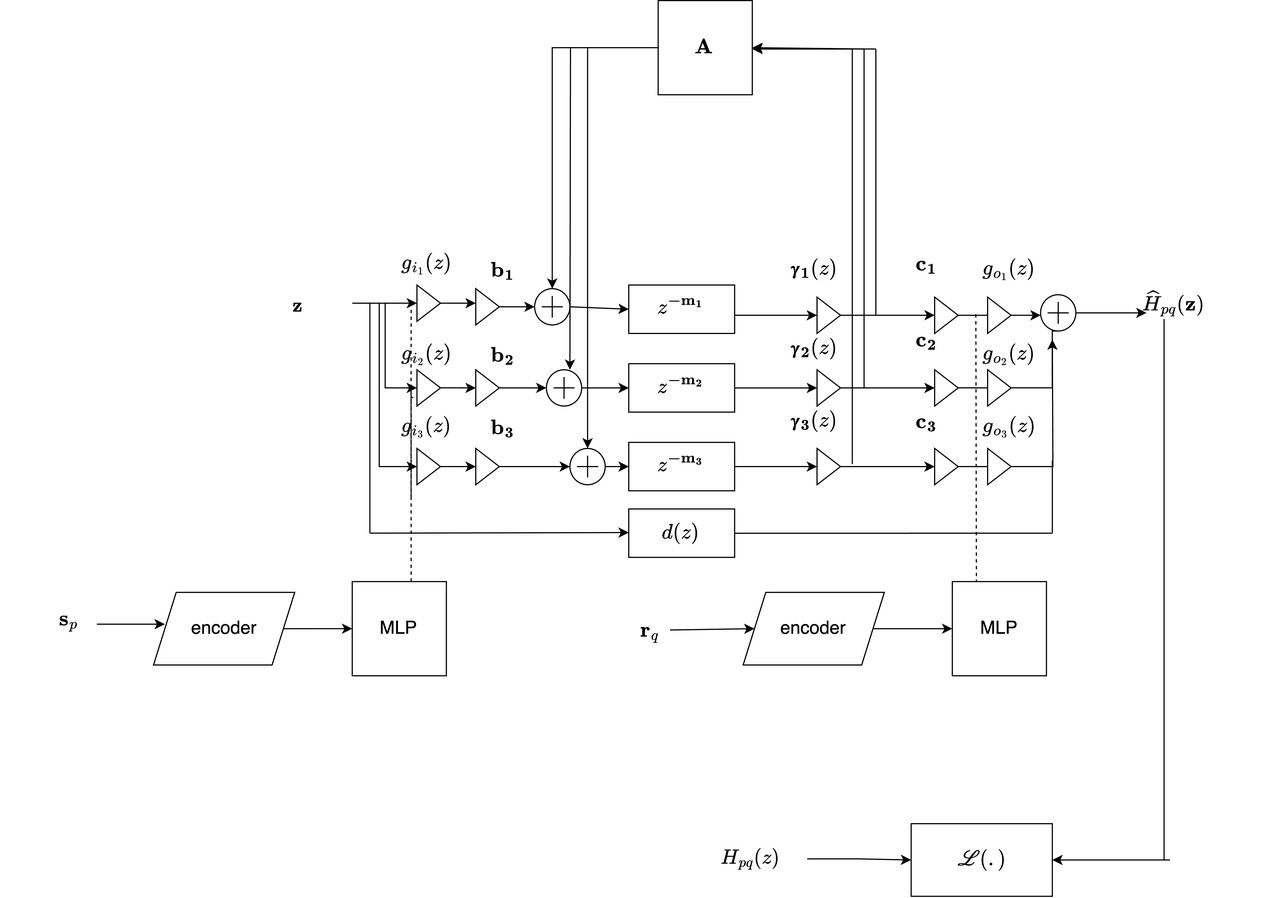
Earlier version of the draw.io export notes/diffGFDN_colorless_FDN.png (orchidas/DiffGFDN). Source tidied: cells renumbered, new cells last; positions are measured from the earlier drawing's top-left corner, leaving out a move shared by most shapes.
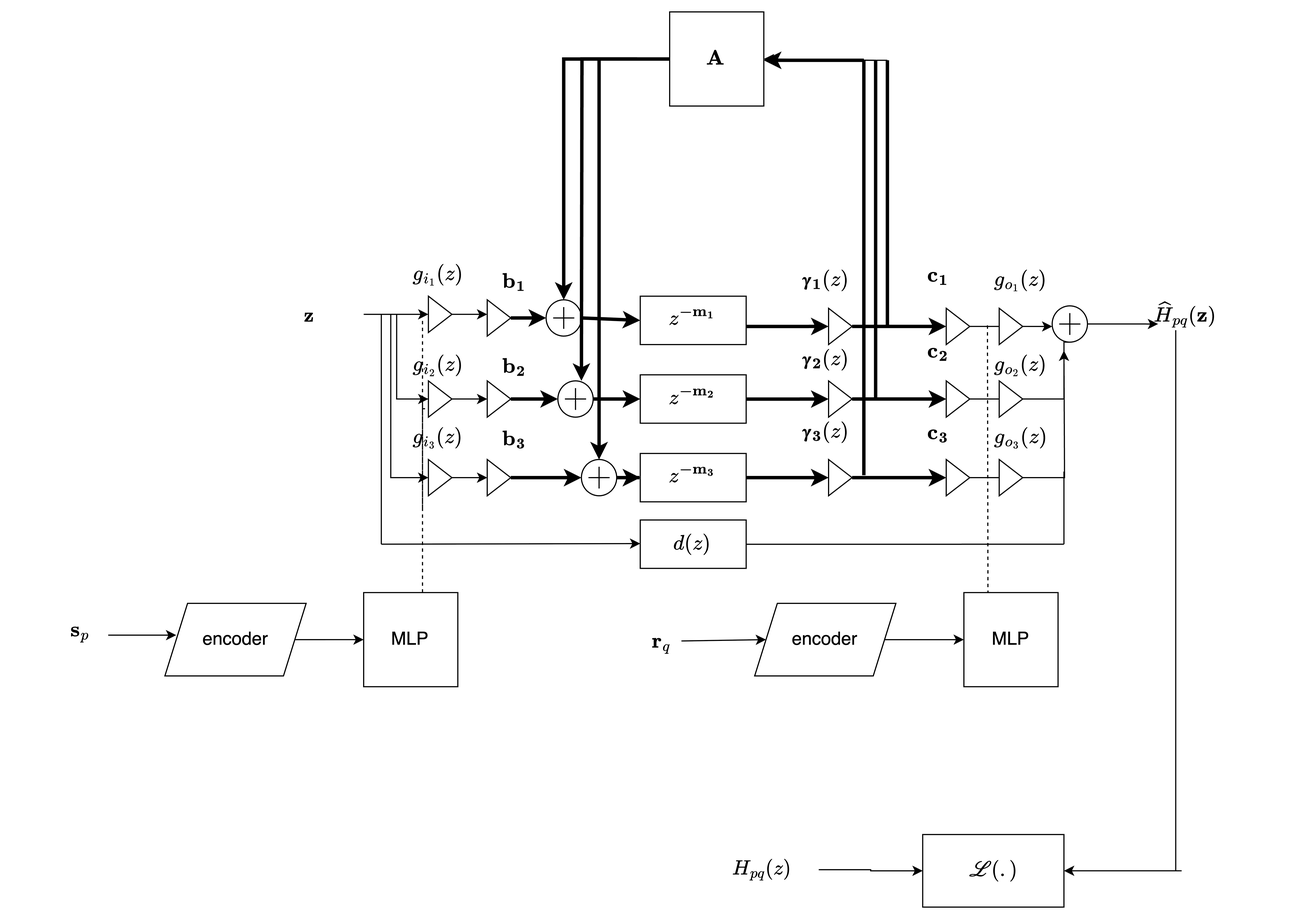
Later version of the same file.

What changed in the source:
```diff
@@ -28,13 +28,13 @@
     <mxCell id="6" style="triangle;whiteSpace=wrap;html=1;" parent="2" vertex="1">
       <mxGeometry x="389.4" y="254.1" width="20.8" height="32" as="geometry" />
     </mxCell>
-    <mxCell id="7" style="edgeStyle=orthogonalEdgeStyle;rounded=0;jettySize=auto;html=1;entryX=0;entryY=0.5;entryDx=0;entryDy=0;" parent="2" edge="1" source="57" target="19">
+    <mxCell id="7" style="edgeStyle=orthogonalEdgeStyle;rounded=0;jettySize=auto;html=1;entryX=0;entryY=0.5;entryDx=0;entryDy=0;strokeWidth=3;" parent="2" edge="1" source="57" target="19">
       <mxGeometry relative="1" as="geometry" />
     </mxCell>
     <mxCell id="8" style="triangle;whiteSpace=wrap;html=1;" parent="2" vertex="1">
       <mxGeometry x="389.4" y="325.6" width="20.8" height="32" as="geometry" />
     </mxCell>
-    <mxCell id="9" style="edgeStyle=orthogonalEdgeStyle;rounded=0;jettySize=auto;html=1;entryX=0;entryY=0.5;entryDx=0;entryDy=0;" parent="2" edge="1" source="59" target="21">
+    <mxCell id="9" style="edgeStyle=orthogonalEdgeStyle;rounded=0;jettySize=auto;html=1;entryX=0;entryY=0.5;entryDx=0;entryDy=0;strokeWidth=3;" parent="2" edge="1" source="59" target="21">
       <mxGeometry relative="1" as="geometry" />
     </mxCell>
     <mxCell id="10" style="triangle;whiteSpace=wrap;html=1;" parent="2" vertex="1">
@@ -55,7 +55,7 @@
     <mxCell id="15" value="&lt;font style=&quot;font-size: 16px;&quot;&gt;encoder&lt;/font&gt;" style="shape=parallelogram;perimeter=parallelogramPerimeter;whiteSpace=wrap;html=1;fixedSize=1;" parent="2" vertex="1">
       <mxGeometry x="105" y="521.9" width="124.6" height="64.1" as="geometry" />
     </mxCell>
-    <mxCell id="16" style="edgeStyle=orthogonalEdgeStyle;rounded=0;jettySize=auto;html=1;entryX=0;entryY=0.5;entryDx=0;entryDy=0;" parent="2" edge="1" source="17" target="24">
+    <mxCell id="16" style="edgeStyle=orthogonalEdgeStyle;rounded=0;jettySize=auto;html=1;entryX=0;entryY=0.5;entryDx=0;entryDy=0;strokeWidth=3;" parent="2" edge="1" source="17" target="24">
       <mxGeometry relative="1" as="geometry">
         <Array as="points">
           <mxPoint x="633.5" y="277.6" />
@@ -66,22 +66,22 @@
     <mxCell id="17" value="&lt;font style=&quot;font-size: 16px;&quot;&gt;`z^{\mathbf{-m_1}}`&lt;/font&gt;" style="rounded=0;whiteSpace=wrap;html=1;" parent="2" vertex="1">
       <mxGeometry x="524.4" y="250.9" width="93.5" height="42.7" as="geometry" />
     </mxCell>
-    <mxCell id="18" style="edgeStyle=orthogonalEdgeStyle;rounded=0;jettySize=auto;html=1;entryX=0;entryY=0.5;entryDx=0;entryDy=0;" parent="2" edge="1" source="19" target="26">
+    <mxCell id="18" style="edgeStyle=orthogonalEdgeStyle;rounded=0;jettySize=auto;html=1;entryX=0;entryY=0.5;entryDx=0;entryDy=0;strokeWidth=3;" parent="2" edge="1" source="19" target="26">
       <mxGeometry relative="1" as="geometry" />
     </mxCell>
     <mxCell id="19" value="&lt;font style=&quot;font-size: 16px;&quot;&gt;`z^{\mathbf{-m_2}}`&lt;/font&gt;" style="rounded=0;whiteSpace=wrap;html=1;" parent="2" vertex="1">
       <mxGeometry x="524.4" y="320.3" width="93.5" height="42.7" as="geometry" />
     </mxCell>
-    <mxCell id="20" style="edgeStyle=orthogonalEdgeStyle;rounded=0;jettySize=auto;html=1;entryX=0;entryY=0.5;entryDx=0;entryDy=0;" parent="2" edge="1" source="21" target="28">
+    <mxCell id="20" style="edgeStyle=orthogonalEdgeStyle;rounded=0;jettySize=auto;html=1;entryX=0;entryY=0.5;entryDx=0;entryDy=0;strokeWidth=3;" parent="2" edge="1" source="21" target="28">
       <mxGeometry relative="1" as="geometry" />
     </mxCell>
     <mxCell id="21" value="&lt;font style=&quot;font-size: 16px;&quot;&gt;`z^{\mathbf{-m_3}}`&lt;/font&gt;" style="rounded=0;whiteSpace=wrap;html=1;" parent="2" vertex="1">
       <mxGeometry x="524.4" y="389.7" width="93.5" height="42.7" as="geometry" />
     </mxCell>
-    <mxCell id="22" style="endArrow=classic;html=1;rounded=0;exitX=1;exitY=0.5;exitDx=0;exitDy=0;entryX=0;entryY=0.5;entryDx=0;entryDy=0;" parent="2" edge="1" source="55" target="17">
+    <mxCell id="22" style="endArrow=classic;html=1;rounded=0;exitX=1;exitY=0.5;exitDx=0;exitDy=0;entryX=0;entryY=0.5;entryDx=0;entryDy=0;strokeWidth=3;" parent="2" edge="1" source="55" target="17">
       <mxGeometry relative="1" as="geometry" />
     </mxCell>
-    <mxCell id="23" style="edgeStyle=orthogonalEdgeStyle;rounded=0;jettySize=auto;html=1;entryX=0;entryY=0.5;entryDx=0;entryDy=0;" parent="2" edge="1" source="24" target="37">
+    <mxCell id="23" style="edgeStyle=orthogonalEdgeStyle;rounded=0;jettySize=auto;html=1;entryX=0;entryY=0.5;entryDx=0;entryDy=0;strokeWidth=3;" parent="2" edge="1" source="24" target="37">
       <mxGeometry relative="1" as="geometry">
         <Array as="points">
           <mxPoint x="794.4" y="277.6" />
@@ -91,13 +91,13 @@
     <mxCell id="24" style="triangle;whiteSpace=wrap;html=1;" parent="2" vertex="1">
       <mxGeometry x="690.6" y="261.6" width="20.8" height="32" as="geometry" />
     </mxCell>
-    <mxCell id="25" style="edgeStyle=orthogonalEdgeStyle;rounded=0;jettySize=auto;html=1;entryX=0;entryY=0.5;entryDx=0;entryDy=0;" parent="2" edge="1" source="26" target="38">
+    <mxCell id="25" style="edgeStyle=orthogonalEdgeStyle;rounded=0;jettySize=auto;html=1;entryX=0;entryY=0.5;entryDx=0;entryDy=0;strokeWidth=3;" parent="2" edge="1" source="26" target="38">
       <mxGeometry relative="1" as="geometry" />
     </mxCell>
     <mxCell id="26" style="triangle;whiteSpace=wrap;html=1;" parent="2" vertex="1">
       <mxGeometry x="690.6" y="325.6" width="20.8" height="32" as="geometry" />
     </mxCell>
-    <mxCell id="27" style="edgeStyle=orthogonalEdgeStyle;rounded=0;jettySize=auto;html=1;entryX=0;entryY=0.5;entryDx=0;entryDy=0;" parent="2" edge="1" source="28" target="39">
+    <mxCell id="27" style="edgeStyle=orthogonalEdgeStyle;rounded=0;jettySize=auto;html=1;entryX=0;entryY=0.5;entryDx=0;entryDy=0;strokeWidth=3;" parent="2" edge="1" source="28" target="39">
       <mxGeometry relative="1" as="geometry" />
     </mxCell>
     <mxCell id="28" style="triangle;whiteSpace=wrap;html=1;" parent="2" vertex="1">
@@ -121,8 +121,8 @@
     <mxCell id="34" style="edgeStyle=orthogonalEdgeStyle;rounded=0;jettySize=auto;html=1;entryX=0;entryY=0.5;entryDx=0;entryDy=0;" parent="2" edge="1" source="87" target="10">
       <mxGeometry relative="1" as="geometry" />
     </mxCell>
-    <mxCell id="35" value="&lt;font style=&quot;font-size: 15px;&quot;&gt;`\mathbf{z}`&lt;/font&gt;" style="text;html=1;align=center;verticalAlign=middle;points=[];strokeColor=none;fillColor=none;" parent="2" vertex="1">
-      <mxGeometry x="181.9" y="254.1" width="100" height="30" as="geometry" />
+    <mxCell id="35" value="&lt;font style=&quot;font-size: 16px;&quot;&gt;`\mathbf{z}`&lt;/font&gt;" style="text;html=1;align=center;verticalAlign=middle;points=[];strokeColor=none;fillColor=none;" parent="2" vertex="1">
+      <mxGeometry x="176.9" y="254.1" width="110" height="30" as="geometry" />
     </mxCell>
     <mxCell id="36" style="edgeStyle=orthogonalEdgeStyle;rounded=0;jettySize=auto;html=1;exitX=1;exitY=0.5;exitDx=0;exitDy=0;entryX=0;entryY=0.5;entryDx=0;entryDy=0;endArrow=none;endFill=0;" parent="2" edge="1" source="37" target="91">
       <mxGeometry relative="1" as="geometry" />
@@ -192,19 +192,19 @@
         <mxPoint x="898.3" y="298.9" as="targetPoint" />
       </mxGeometry>
     </mxCell>
-    <mxCell id="54" style="endArrow=classic;html=1;rounded=0;exitX=1;exitY=0.5;exitDx=0;exitDy=0;entryX=0;entryY=0.5;entryDx=0;entryDy=0;" parent="2" edge="1" source="6" target="55">
+    <mxCell id="54" style="endArrow=classic;html=1;rounded=0;exitX=1;exitY=0.5;exitDx=0;exitDy=0;entryX=0;entryY=0.5;entryDx=0;entryDy=0;strokeWidth=3;" parent="2" edge="1" source="6" target="55">
       <mxGeometry relative="1" as="geometry" />
     </mxCell>
     <mxCell id="55" style="verticalLabelPosition=bottom;shadow=0;dashed=0;align=center;html=1;verticalAlign=top;shape=mxgraph.electrical.abstract.summation_point;" parent="2" vertex="1">
       <mxGeometry x="441.3" y="254.1" width="31.2" height="32" as="geometry" />
     </mxCell>
-    <mxCell id="56" style="edgeStyle=orthogonalEdgeStyle;rounded=0;jettySize=auto;html=1;entryX=0;entryY=0.5;entryDx=0;entryDy=0;" parent="2" edge="1" source="8" target="57">
+    <mxCell id="56" style="edgeStyle=orthogonalEdgeStyle;rounded=0;jettySize=auto;html=1;entryX=0;entryY=0.5;entryDx=0;entryDy=0;strokeWidth=3;" parent="2" edge="1" source="8" target="57">
       <mxGeometry relative="1" as="geometry" />
     </mxCell>
     <mxCell id="57" style="verticalLabelPosition=bottom;shadow=0;dashed=0;align=center;html=1;verticalAlign=top;shape=mxgraph.electrical.abstract.summation_point;" parent="2" vertex="1">
       <mxGeometry x="451.7" y="325.6" width="31.2" height="32" as="geometry" />
     </mxCell>
-    <mxCell id="58" style="edgeStyle=orthogonalEdgeStyle;rounded=0;jettySize=auto;html=1;entryX=0;entryY=0.5;entryDx=0;entryDy=0;" parent="2" edge="1" source="10" target="59">
+    <mxCell id="58" style="edgeStyle=orthogonalEdgeStyle;rounded=0;jettySize=auto;html=1;entryX=0;entryY=0.5;entryDx=0;entryDy=0;strokeWidth=3;" parent="2" edge="1" source="10" target="59">
       <mxGeometry relative="1" as="geometry" />
     </mxCell>
     <mxCell id="59" style="verticalLabelPosition=bottom;shadow=0;dashed=0;align=center;html=1;verticalAlign=top;shape=mxgraph.electrical.abstract.summation_point;" parent="2" vertex="1">
@@ -235,7 +235,7 @@
     <mxCell id="65" style="edgeStyle=orthogonalEdgeStyle;rounded=0;jettySize=auto;html=1;entryX=0;entryY=0.5;entryDx=0;entryDy=0;" parent="2" edge="1" source="64" target="62">
       <mxGeometry relative="1" as="geometry" />
     </mxCell>
-    <mxCell id="66" style="endArrow=none;html=1;rounded=0;" parent="2" edge="1">
+    <mxCell id="66" style="endArrow=none;html=1;rounded=0;strokeWidth=3;" parent="2" edge="1">
       <mxGeometry relative="1" as="geometry">
         <mxPoint x="742.5" y="277.6" as="sourcePoint" />
         <mxPoint x="742.5" y="42.7" as="targetPoint" />
@@ -250,7 +250,7 @@
         </Array>
       </mxGeometry>
     </mxCell>
-    <mxCell id="68" style="endArrow=none;html=1;rounded=0;" parent="2" edge="1">
+    <mxCell id="68" style="endArrow=none;html=1;rounded=0;strokeWidth=3;" parent="2" edge="1">
       <mxGeometry relative="1" as="geometry">
         <mxPoint x="732.1" y="42.7" as="sourcePoint" />
         <mxPoint x="732.1" y="341.6" as="targetPoint" />
@@ -261,27 +261,27 @@
         <mxPoint x="732.1" y="42.7" as="sourcePoint" />
       </mxGeometry>
     </mxCell>
-    <mxCell id="70" style="endArrow=none;html=1;rounded=0;" parent="2" edge="1">
+    <mxCell id="70" style="endArrow=none;html=1;rounded=0;strokeWidth=3;" parent="2" edge="1">
       <mxGeometry relative="1" as="geometry">
         <mxPoint x="721.7" y="42.7" as="sourcePoint" />
         <mxPoint x="721.7" y="408.9" as="targetPoint" />
       </mxGeometry>
     </mxCell>
-    <mxCell id="71" style="endArrow=classic;html=1;rounded=0;" parent="2" edge="1">
+    <mxCell id="71" style="endArrow=classic;html=1;rounded=0;strokeWidth=3;" parent="2" edge="1">
       <mxGeometry relative="1" as="geometry">
         <mxPoint x="721.7" y="42.7" as="sourcePoint" />
         <mxPoint x="633.5" y="42.7" as="targetPoint" />
       </mxGeometry>
     </mxCell>
-    <mxCell id="72" style="edgeStyle=orthogonalEdgeStyle;rounded=0;jettySize=auto;html=1;entryX=0.5;entryY=0;entryDx=0;entryDy=0;entryPerimeter=0;" parent="2" edge="1" source="32" target="55">
+    <mxCell id="72" style="edgeStyle=orthogonalEdgeStyle;rounded=0;jettySize=auto;html=1;entryX=0.5;entryY=0;entryDx=0;entryDy=0;entryPerimeter=0;strokeWidth=3;" parent="2" edge="1" source="32" target="55">
       <mxGeometry relative="1" as="geometry" />
     </mxCell>
-    <mxCell id="73" style="edgeStyle=orthogonalEdgeStyle;rounded=0;jettySize=auto;html=1;entryX=0.973;entryY=0.822;entryDx=0;entryDy=0;entryPerimeter=0;exitX=0;exitY=0.5;exitDx=0;exitDy=0;" parent="2" edge="1" source="32">
+    <mxCell id="73" style="edgeStyle=orthogonalEdgeStyle;rounded=0;jettySize=auto;html=1;entryX=0.973;entryY=0.822;entryDx=0;entryDy=0;entryPerimeter=0;exitX=0;exitY=0.5;exitDx=0;exitDy=0;strokeWidth=3;" parent="2" edge="1" source="32">
       <mxGeometry relative="1" as="geometry">
         <mxPoint x="472.5" y="325.6" as="targetPoint" />
       </mxGeometry>
     </mxCell>
-    <mxCell id="74" style="edgeStyle=orthogonalEdgeStyle;rounded=0;jettySize=auto;html=1;entryX=0.5;entryY=0;entryDx=0;entryDy=0;entryPerimeter=0;" parent="2" edge="1" source="32" target="59">
+    <mxCell id="74" style="edgeStyle=orthogonalEdgeStyle;rounded=0;jettySize=auto;html=1;entryX=0.5;entryY=0;entryDx=0;entryDy=0;entryPerimeter=0;strokeWidth=3;" parent="2" edge="1" source="32" target="59">
       <mxGeometry relative="1" as="geometry" />
     </mxCell>
     <mxCell id="75" style="edgeStyle=orthogonalEdgeStyle;rounded=0;jettySize=auto;html=1;endArrow=none;endFill=0;" parent="2" edge="1" source="76">
```
